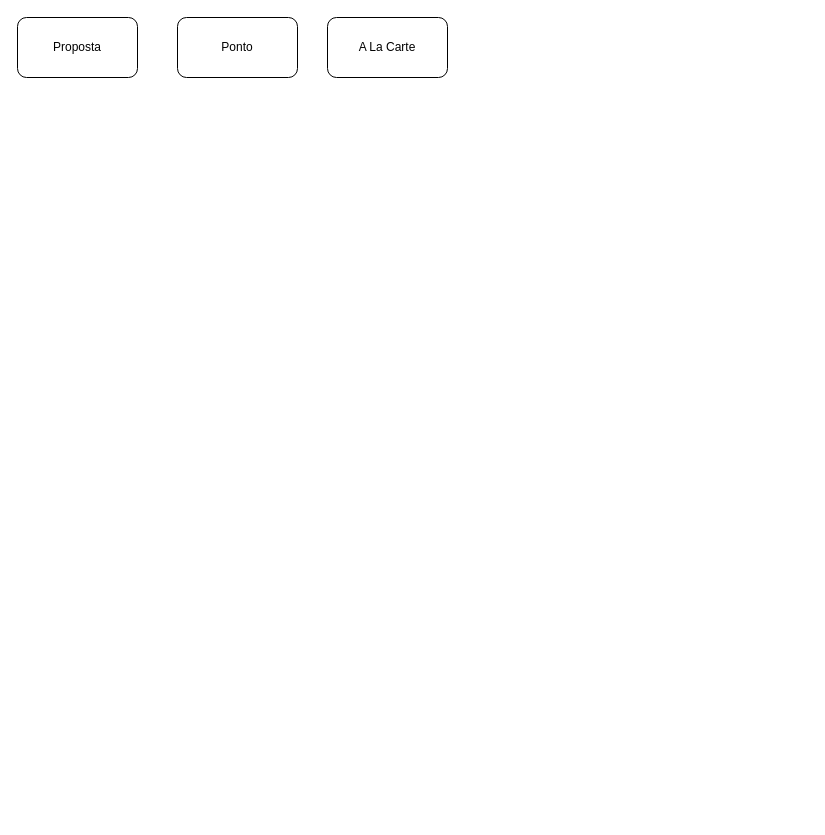
Earlier version of the draw.io diagram Conceito Pedido.drawio (samirali/ClaroBrasil). Source tidied: cells renumbered, new cells numbered last; positions are measured from the earlier drawing's top-left corner, leaving out a move shared by most shapes. Both pictures are drawn from the tidied source at 100%, with x=0, y=0 at pixel (17, 17).
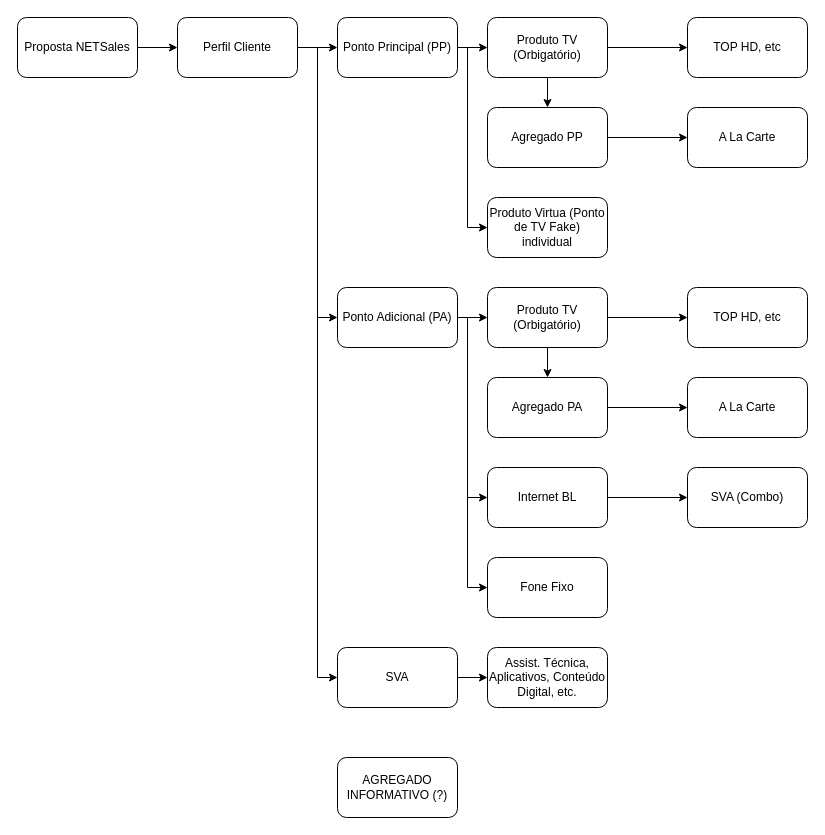
After the change.

The edit, as a diff of the source:
```diff
@@
     <mxCell id="2" value="A La Carte" style="rounded=1;whiteSpace=wrap;html=1;" parent="1" vertex="1">
-      <mxGeometry x="310" width="120" height="60" as="geometry" />
+      <mxGeometry x="670" y="90" width="120" height="60" as="geometry" />
     </mxCell>
+    <mxCell id="5" style="edgeStyle=orthogonalEdgeStyle;rounded=0;jettySize=auto;html=1;" parent="1" edge="1" source="3" target="10">
+      <mxGeometry relative="1" as="geometry" />
+    </mxCell>
+    <mxCell id="6" style="edgeStyle=orthogonalEdgeStyle;rounded=0;jettySize=auto;html=1;entryX=0;entryY=0.5;entryDx=0;entryDy=0;" parent="1" edge="1" source="3" target="14">
+      <mxGeometry relative="1" as="geometry">
+        <Array as="points">
+          <mxPoint x="450" y="30" />
+          <mxPoint x="450" y="210" />
+        </Array>
+      </mxGeometry>
+    </mxCell>
-    <mxCell id="3" value="Ponto" style="rounded=1;whiteSpace=wrap;html=1;" parent="1" vertex="1">
-      <mxGeometry x="160" width="120" height="60" as="geometry" />
+    <mxCell id="3" value="Ponto Principal (PP)" style="rounded=1;whiteSpace=wrap;html=1;" parent="1" vertex="1">
+      <mxGeometry x="320" width="120" height="60" as="geometry" />
     </mxCell>
+    <mxCell id="7" style="edgeStyle=orthogonalEdgeStyle;rounded=0;jettySize=auto;html=1;entryX=0;entryY=0.5;entryDx=0;entryDy=0;" parent="1" edge="1" source="4" target="18">
+      <mxGeometry relative="1" as="geometry" />
+    </mxCell>
-    <mxCell id="4" value="Proposta" style="rounded=1;whiteSpace=wrap;html=1;" parent="1" vertex="1">
+    <mxCell id="4" value="Proposta NETSales" style="rounded=1;whiteSpace=wrap;html=1;" parent="1" vertex="1">
       <mxGeometry width="120" height="60" as="geometry" />
     </mxCell>
+    <mxCell id="8" style="edgeStyle=orthogonalEdgeStyle;rounded=0;jettySize=auto;html=1;entryX=0;entryY=0.5;entryDx=0;entryDy=0;" parent="1" edge="1" source="10" target="13">
+      <mxGeometry relative="1" as="geometry" />
+    </mxCell>
+    <mxCell id="9" style="edgeStyle=orthogonalEdgeStyle;rounded=0;jettySize=auto;html=1;entryX=0.5;entryY=0;entryDx=0;entryDy=0;" parent="1" edge="1" source="10" target="12">
+      <mxGeometry relative="1" as="geometry" />
+    </mxCell>
+    <mxCell id="10" value="Produto TV (Orbigatório)" style="rounded=1;whiteSpace=wrap;html=1;" parent="1" vertex="1">
+      <mxGeometry x="470" width="120" height="60" as="geometry" />
+    </mxCell>
+    <mxCell id="11" style="edgeStyle=orthogonalEdgeStyle;rounded=0;jettySize=auto;html=1;entryX=0;entryY=0.5;entryDx=0;entryDy=0;" parent="1" edge="1" source="12" target="2">
+      <mxGeometry relative="1" as="geometry" />
+    </mxCell>
+    <mxCell id="12" value="Agregado PP" style="rounded=1;whiteSpace=wrap;html=1;" parent="1" vertex="1">
+      <mxGeometry x="470" y="90" width="120" height="60" as="geometry" />
+    </mxCell>
+    <mxCell id="13" value="TOP HD, etc" style="rounded=1;whiteSpace=wrap;html=1;" parent="1" vertex="1">
+      <mxGeometry x="670" width="120" height="60" as="geometry" />
+    </mxCell>
+    <mxCell id="14" value="Produto Virtua (Ponto de TV Fake) individual" style="rounded=1;whiteSpace=wrap;html=1;" parent="1" vertex="1">
+      <mxGeometry x="470" y="180" width="120" height="60" as="geometry" />
+    </mxCell>
+    <mxCell id="15" style="edgeStyle=orthogonalEdgeStyle;rounded=0;jettySize=auto;html=1;entryX=0;entryY=0.5;entryDx=0;entryDy=0;" parent="1" edge="1" source="18" target="3">
+      <mxGeometry relative="1" as="geometry" />
+    </mxCell>
+    <mxCell id="16" style="edgeStyle=orthogonalEdgeStyle;rounded=0;jettySize=auto;html=1;entryX=0;entryY=0.5;entryDx=0;entryDy=0;" parent="1" edge="1" source="18" target="22">
+      <mxGeometry relative="1" as="geometry" />
+    </mxCell>
+    <mxCell id="17" style="edgeStyle=orthogonalEdgeStyle;rounded=0;jettySize=auto;html=1;entryX=0;entryY=0.5;entryDx=0;entryDy=0;" parent="1" edge="1" source="18" target="35">
+      <mxGeometry relative="1" as="geometry" />
+    </mxCell>
+    <mxCell id="18" value="Perfil Cliente" style="rounded=1;whiteSpace=wrap;html=1;" parent="1" vertex="1">
+      <mxGeometry x="160" width="120" height="60" as="geometry" />
+    </mxCell>
+    <mxCell id="19" style="edgeStyle=orthogonalEdgeStyle;rounded=0;jettySize=auto;html=1;entryX=0;entryY=0.5;entryDx=0;entryDy=0;" parent="1" edge="1" source="22" target="26">
+      <mxGeometry relative="1" as="geometry" />
+    </mxCell>
+    <mxCell id="20" style="edgeStyle=orthogonalEdgeStyle;rounded=0;jettySize=auto;html=1;entryX=0;entryY=0.5;entryDx=0;entryDy=0;" parent="1" edge="1" source="22" target="31">
+      <mxGeometry relative="1" as="geometry">
+        <Array as="points">
+          <mxPoint x="450" y="300" />
+          <mxPoint x="450" y="480" />
+        </Array>
+      </mxGeometry>
+    </mxCell>
+    <mxCell id="21" style="edgeStyle=orthogonalEdgeStyle;rounded=0;jettySize=auto;html=1;entryX=0;entryY=0.5;entryDx=0;entryDy=0;" parent="1" edge="1" source="22" target="32">
+      <mxGeometry relative="1" as="geometry">
+        <Array as="points">
+          <mxPoint x="450" y="300" />
+          <mxPoint x="450" y="570" />
+        </Array>
+      </mxGeometry>
+    </mxCell>
+    <mxCell id="22" value="Ponto Adicional (PA)" style="rounded=1;whiteSpace=wrap;html=1;" parent="1" vertex="1">
+      <mxGeometry x="320" y="270" width="120" height="60" as="geometry" />
+    </mxCell>
+    <mxCell id="23" value="A La Carte" style="rounded=1;whiteSpace=wrap;html=1;" parent="1" vertex="1">
+      <mxGeometry x="670" y="360" width="120" height="60" as="geometry" />
+    </mxCell>
+    <mxCell id="24" style="edgeStyle=orthogonalEdgeStyle;rounded=0;jettySize=auto;html=1;entryX=0;entryY=0.5;entryDx=0;entryDy=0;" parent="1" edge="1" source="26" target="29">
+      <mxGeometry relative="1" as="geometry" />
+    </mxCell>
+    <mxCell id="25" style="edgeStyle=orthogonalEdgeStyle;rounded=0;jettySize=auto;html=1;entryX=0.5;entryY=0;entryDx=0;entryDy=0;" parent="1" edge="1" source="26" target="28">
+      <mxGeometry relative="1" as="geometry" />
+    </mxCell>
+    <mxCell id="26" value="Produto TV (Orbigatório)" style="rounded=1;whiteSpace=wrap;html=1;" parent="1" vertex="1">
+      <mxGeometry x="470" y="270" width="120" height="60" as="geometry" />
+    </mxCell>
+    <mxCell id="27" style="edgeStyle=orthogonalEdgeStyle;rounded=0;jettySize=auto;html=1;entryX=0;entryY=0.5;entryDx=0;entryDy=0;" parent="1" edge="1" source="28" target="23">
+      <mxGeometry relative="1" as="geometry" />
+    </mxCell>
+    <mxCell id="28" value="Agregado PA" style="rounded=1;whiteSpace=wrap;html=1;" parent="1" vertex="1">
+      <mxGeometry x="470" y="360" width="120" height="60" as="geometry" />
+    </mxCell>
+    <mxCell id="29" value="TOP HD, etc" style="rounded=1;whiteSpace=wrap;html=1;" parent="1" vertex="1">
+      <mxGeometry x="670" y="270" width="120" height="60" as="geometry" />
+    </mxCell>
+    <mxCell id="30" style="edgeStyle=orthogonalEdgeStyle;rounded=0;jettySize=auto;html=1;" parent="1" edge="1" source="31" target="33">
+      <mxGeometry relative="1" as="geometry" />
+    </mxCell>
+    <mxCell id="31" value="Internet BL" style="rounded=1;whiteSpace=wrap;html=1;" parent="1" vertex="1">
+      <mxGeometry x="470" y="450" width="120" height="60" as="geometry" />
+    </mxCell>
+    <mxCell id="32" value="Fone Fixo" style="rounded=1;whiteSpace=wrap;html=1;" parent="1" vertex="1">
+      <mxGeometry x="470" y="540" width="120" height="60" as="geometry" />
+    </mxCell>
+    <mxCell id="33" value="SVA (Combo)" style="rounded=1;whiteSpace=wrap;html=1;" parent="1" vertex="1">
+      <mxGeometry x="670" y="450" width="120" height="60" as="geometry" />
+    </mxCell>
+    <mxCell id="34" style="edgeStyle=orthogonalEdgeStyle;rounded=0;jettySize=auto;html=1;" parent="1" edge="1" source="35" target="36">
+      <mxGeometry relative="1" as="geometry" />
+    </mxCell>
+    <mxCell id="35" value="SVA" style="rounded=1;whiteSpace=wrap;html=1;" parent="1" vertex="1">
+      <mxGeometry x="320" y="630" width="120" height="60" as="geometry" />
+    </mxCell>
+    <mxCell id="36" value="Assist. Técnica, Aplicativos, Conteúdo Digital, etc." style="rounded=1;whiteSpace=wrap;html=1;" parent="1" vertex="1">
+      <mxGeometry x="470" y="630" width="120" height="60" as="geometry" />
+    </mxCell>
+    <mxCell id="37" value="AGREGADO INFORMATIVO (?)" style="rounded=1;whiteSpace=wrap;html=1;" parent="1" vertex="1">
+      <mxGeometry x="320" y="740" width="120" height="60" as="geometry" />
+    </mxCell>
```
